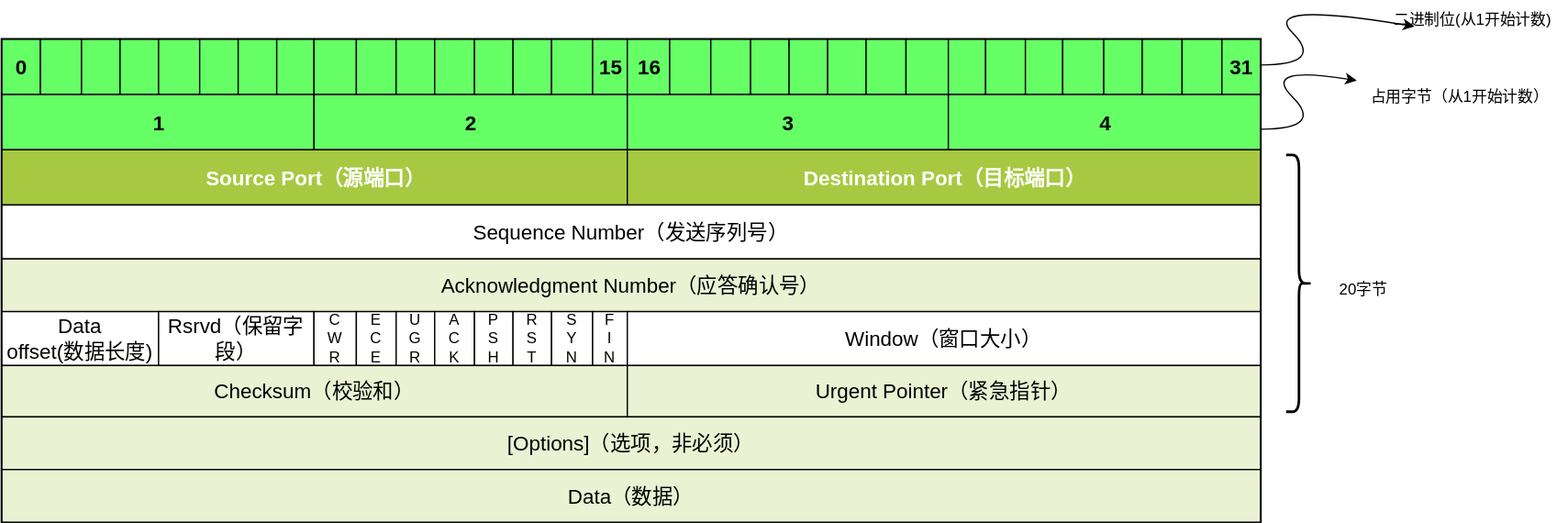
This is 网络协议/03-TCP协议简介-可靠.drawio.svg from WithoutCause/draw.io, a draw.io export, as it was before one commit. Source tidied: cells renumbered, new cells last; positions are measured from the earlier drawing's top-left corner, leaving out a move shared by most shapes.
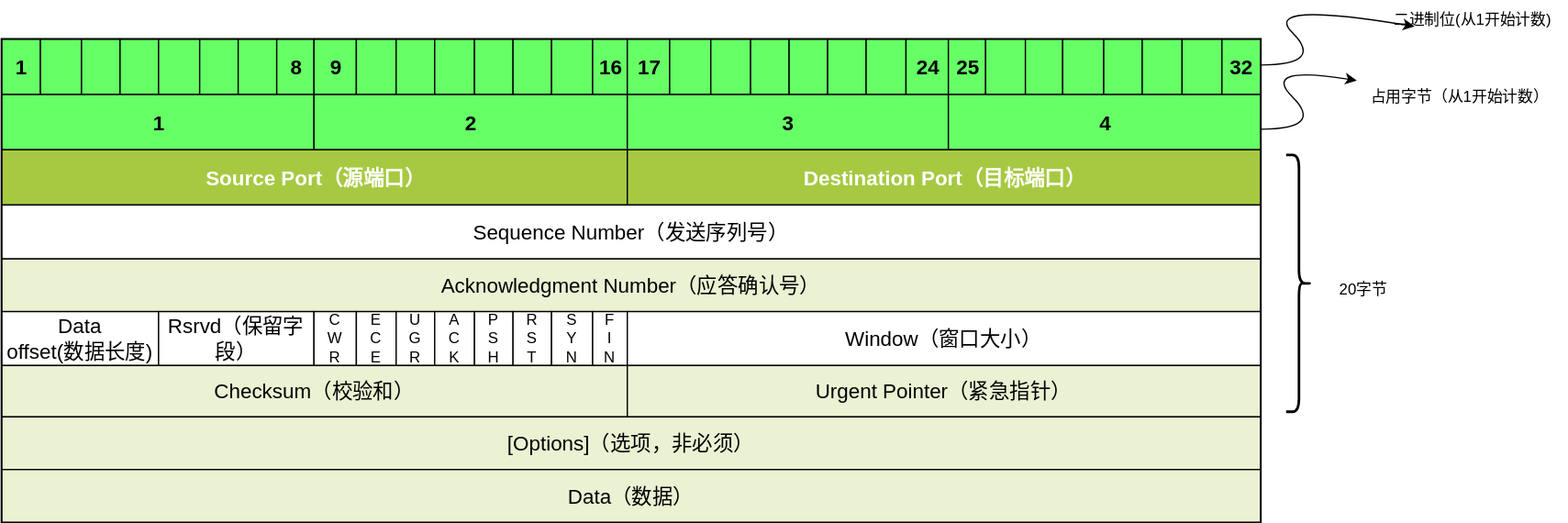
The same diagram one commit later.

Commit message:
更新03-TCP协议简介-可靠.drawio.svg

Diff of the diagram source:
```diff
@@ -11,7 +11,7 @@
     <mxCell id="4" style="shape=tableRow;horizontal=0;startSize=0;swimlaneHead=0;swimlaneBody=0;top=0;left=0;bottom=0;right=0;fontStyle=0;strokeColor=inherit;fillColor=#ffffff;" parent="3" vertex="1">
       <mxGeometry width="980" height="43" as="geometry" />
     </mxCell>
-    <mxCell id="5" value="0" style="strokeColor=inherit;fillColor=#66FF66;align=center;fontStyle=1;fontColor=#000000;html=1;fontSize=16;" parent="4" vertex="1">
+    <mxCell id="5" value="1" style="strokeColor=inherit;fillColor=#66FF66;align=center;fontStyle=1;fontColor=#000000;html=1;fontSize=16;" parent="4" vertex="1">
       <mxGeometry width="30" height="43" as="geometry" />
     </mxCell>
     <mxCell id="6" style="strokeColor=inherit;fillColor=#66FF66;align=center;fontStyle=1;fontColor=#000000;html=1;fontSize=16;" parent="4" vertex="1">
@@ -32,10 +32,10 @@
     <mxCell id="11" style="strokeColor=inherit;fillColor=#66FF66;align=center;fontStyle=1;fontColor=#000000;html=1;fontSize=16;" parent="4" vertex="1">
       <mxGeometry x="184" width="30" height="43" as="geometry" />
     </mxCell>
-    <mxCell id="12" style="strokeColor=inherit;fillColor=#66FF66;align=center;fontStyle=1;fontColor=#000000;html=1;fontSize=16;" parent="4" vertex="1">
+    <mxCell id="12" value="8" style="strokeColor=inherit;fillColor=#66FF66;align=center;fontStyle=1;fontColor=#000000;html=1;fontSize=16;" parent="4" vertex="1">
       <mxGeometry x="214" width="29" height="43" as="geometry" />
     </mxCell>
-    <mxCell id="13" style="strokeColor=inherit;fillColor=#66FF66;align=center;fontStyle=1;fontColor=#000000;html=1;fontSize=16;" parent="4" vertex="1">
+    <mxCell id="13" value="9" style="strokeColor=inherit;fillColor=#66FF66;align=center;fontStyle=1;fontColor=#000000;html=1;fontSize=16;" parent="4" vertex="1">
       <mxGeometry x="243" width="33" height="43" as="geometry" />
     </mxCell>
     <mxCell id="14" style="strokeColor=inherit;fillColor=#66FF66;align=center;fontStyle=1;fontColor=#000000;html=1;fontSize=16;" parent="4" vertex="1">
@@ -56,10 +56,10 @@
     <mxCell id="19" style="strokeColor=inherit;fillColor=#66FF66;align=center;fontStyle=1;fontColor=#000000;html=1;fontSize=16;" parent="4" vertex="1">
       <mxGeometry x="428" width="32" height="43" as="geometry" />
     </mxCell>
-    <mxCell id="20" value="15" style="strokeColor=inherit;fillColor=#66FF66;align=center;fontStyle=1;fontColor=#000000;html=1;fontSize=16;" parent="4" vertex="1">
+    <mxCell id="20" value="16" style="strokeColor=inherit;fillColor=#66FF66;align=center;fontStyle=1;fontColor=#000000;html=1;fontSize=16;" parent="4" vertex="1">
       <mxGeometry x="460" width="27" height="43" as="geometry" />
     </mxCell>
-    <mxCell id="21" value="16" style="strokeColor=inherit;fillColor=#66FF66;align=center;fontStyle=1;fontColor=#000000;html=1;fontSize=16;" parent="4" vertex="1">
+    <mxCell id="21" value="17" style="strokeColor=inherit;fillColor=#66FF66;align=center;fontStyle=1;fontColor=#000000;html=1;fontSize=16;" parent="4" vertex="1">
       <mxGeometry x="487" width="33" height="43" as="geometry" />
     </mxCell>
     <mxCell id="22" style="strokeColor=inherit;fillColor=#66FF66;align=center;fontStyle=1;fontColor=#000000;html=1;fontSize=16;" parent="4" vertex="1">
@@ -80,10 +80,10 @@
     <mxCell id="27" style="strokeColor=inherit;fillColor=#66FF66;align=center;fontStyle=1;fontColor=#000000;html=1;fontSize=16;" parent="4" vertex="1">
       <mxGeometry x="673" width="31" height="43" as="geometry" />
     </mxCell>
-    <mxCell id="28" style="strokeColor=inherit;fillColor=#66FF66;align=center;fontStyle=1;fontColor=#000000;html=1;fontSize=16;" parent="4" vertex="1">
+    <mxCell id="28" value="24" style="strokeColor=inherit;fillColor=#66FF66;align=center;fontStyle=1;fontColor=#000000;html=1;fontSize=16;" parent="4" vertex="1">
       <mxGeometry x="704" width="33" height="43" as="geometry" />
     </mxCell>
-    <mxCell id="29" style="strokeColor=inherit;fillColor=#66FF66;align=center;fontStyle=1;fontColor=#000000;html=1;fontSize=16;" parent="4" vertex="1">
+    <mxCell id="29" value="25" style="strokeColor=inherit;fillColor=#66FF66;align=center;fontStyle=1;fontColor=#000000;html=1;fontSize=16;" parent="4" vertex="1">
       <mxGeometry x="737" width="29" height="43" as="geometry" />
     </mxCell>
     <mxCell id="30" style="strokeColor=inherit;fillColor=#66FF66;align=center;fontStyle=1;fontColor=#000000;html=1;fontSize=16;" parent="4" vertex="1">
@@ -104,7 +104,7 @@
     <mxCell id="35" style="strokeColor=inherit;fillColor=#66FF66;align=center;fontStyle=1;fontColor=#000000;html=1;fontSize=16;" parent="4" vertex="1">
       <mxGeometry x="919" width="31" height="43" as="geometry" />
     </mxCell>
-    <mxCell id="36" value="31" style="strokeColor=inherit;fillColor=#66FF66;align=center;fontStyle=1;fontColor=#000000;html=1;fontSize=16;" parent="4" vertex="1">
+    <mxCell id="36" value="32" style="strokeColor=inherit;fillColor=#66FF66;align=center;fontStyle=1;fontColor=#000000;html=1;fontSize=16;" parent="4" vertex="1">
       <mxGeometry x="950" width="30" height="43" as="geometry" />
     </mxCell>
     <mxCell id="37" style="shape=tableRow;horizontal=0;startSize=0;swimlaneHead=0;swimlaneBody=0;top=0;left=0;bottom=0;right=0;fontStyle=0;strokeColor=inherit;fillColor=#ffffff;fontSize=16;" parent="3" vertex="1">
```
